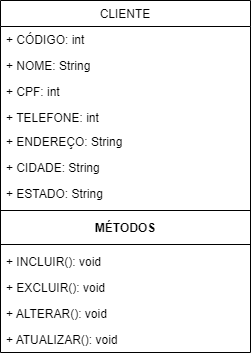
Before: Untitled Diagram.drawio.png, a diagram exported from draw.io (joao100101/Engenharia-De-Software). Source tidied: cells renumbered, new cells last; positions are measured from the earlier drawing's top-left corner, leaving out a move shared by most shapes.
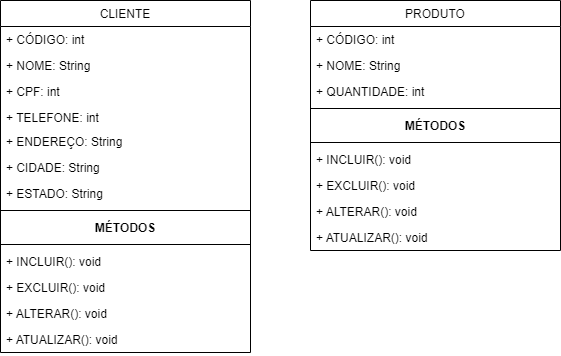
After the change.

Commit message:
Adicionado classe produto

The edit, as a diff of the source:
```diff
@@ -47,5 +47,38 @@
     <mxCell id="16" value="+ ATUALIZAR(): void" style="text;strokeColor=none;fillColor=none;align=left;verticalAlign=top;spacingLeft=4;spacingRight=4;overflow=hidden;" parent="2" vertex="1">
       <mxGeometry y="326" width="250" height="26" as="geometry" />
     </mxCell>
+    <mxCell id="17" value="PRODUTO" style="swimlane;fontStyle=0;horizontal=1;startSize=26;fillColor=none;" parent="1" vertex="1">
+      <mxGeometry x="310" width="250" height="250" as="geometry" />
+    </mxCell>
+    <mxCell id="18" value="+ CÓDIGO: int" style="text;strokeColor=none;fillColor=none;align=left;verticalAlign=top;spacingLeft=4;spacingRight=4;overflow=hidden;" parent="17" vertex="1">
+      <mxGeometry y="26" width="250" height="26" as="geometry" />
+    </mxCell>
+    <mxCell id="19" value="+ NOME: String" style="text;strokeColor=none;fillColor=none;align=left;verticalAlign=top;spacingLeft=4;spacingRight=4;overflow=hidden;" parent="17" vertex="1">
+      <mxGeometry y="52" width="250" height="26" as="geometry" />
+    </mxCell>
+    <mxCell id="20" value="+ QUANTIDADE: int" style="text;strokeColor=none;fillColor=none;align=left;verticalAlign=top;spacingLeft=4;spacingRight=4;overflow=hidden;" parent="17" vertex="1">
+      <mxGeometry y="78" width="250" height="26" as="geometry" />
+    </mxCell>
+    <mxCell id="21" style="line;strokeWidth=1;fillColor=none;align=left;verticalAlign=middle;spacingTop=-1;spacingLeft=3;spacingRight=3;labelPosition=right;" parent="17" vertex="1">
+      <mxGeometry y="104" width="250" height="8" as="geometry" />
+    </mxCell>
+    <mxCell id="22" value="MÉTODOS" style="text;align=center;fontStyle=1;verticalAlign=middle;spacingLeft=3;spacingRight=3;strokeColor=none;" parent="17" vertex="1">
+      <mxGeometry y="112" width="250" height="26" as="geometry" />
+    </mxCell>
+    <mxCell id="23" style="line;strokeWidth=1;fillColor=none;align=left;verticalAlign=middle;spacingTop=-1;spacingLeft=3;spacingRight=3;labelPosition=right;" parent="17" vertex="1">
+      <mxGeometry y="138" width="250" height="8" as="geometry" />
+    </mxCell>
+    <mxCell id="24" value="+ INCLUIR(): void" style="text;strokeColor=none;fillColor=none;align=left;verticalAlign=top;spacingLeft=4;spacingRight=4;overflow=hidden;" parent="17" vertex="1">
+      <mxGeometry y="146" width="250" height="26" as="geometry" />
+    </mxCell>
+    <mxCell id="25" value="+ EXCLUIR(): void" style="text;strokeColor=none;fillColor=none;align=left;verticalAlign=top;spacingLeft=4;spacingRight=4;overflow=hidden;" parent="17" vertex="1">
+      <mxGeometry y="172" width="250" height="26" as="geometry" />
+    </mxCell>
+    <mxCell id="26" value="+ ALTERAR(): void" style="text;strokeColor=none;fillColor=none;align=left;verticalAlign=top;spacingLeft=4;spacingRight=4;overflow=hidden;" parent="17" vertex="1">
+      <mxGeometry y="198" width="250" height="26" as="geometry" />
+    </mxCell>
+    <mxCell id="27" value="+ ATUALIZAR(): void" style="text;strokeColor=none;fillColor=none;align=left;verticalAlign=top;spacingLeft=4;spacingRight=4;overflow=hidden;" parent="17" vertex="1">
+      <mxGeometry y="224" width="250" height="26" as="geometry" />
+    </mxCell>
   </root>
 </mxGraphModel>
```
